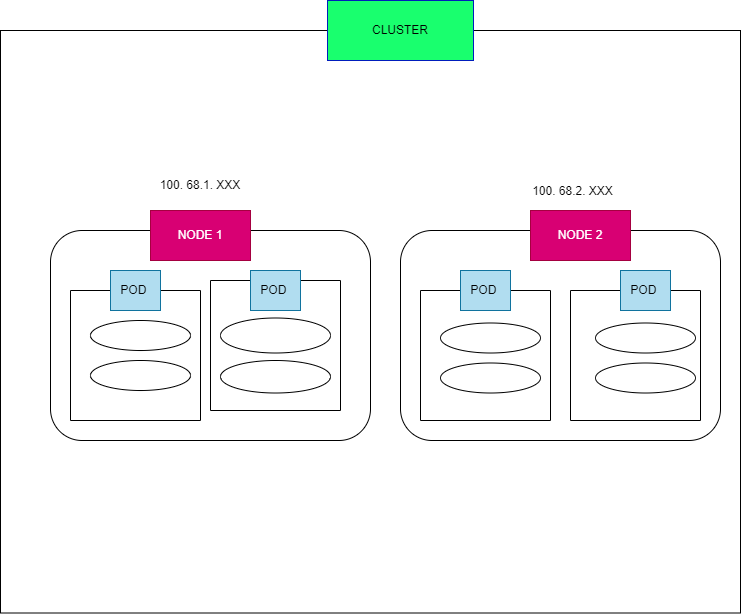
dikshita-git/RP_Study-on-Ingress-and-its-security-IPv4-IPv6- keeps this draw.io diagram as Page_images/P2p _different_node.png. Above is the earlier version. Source tidied: cells renumbered, new cells last; positions are measured from the earlier drawing's top-left corner, leaving out a move shared by most shapes.
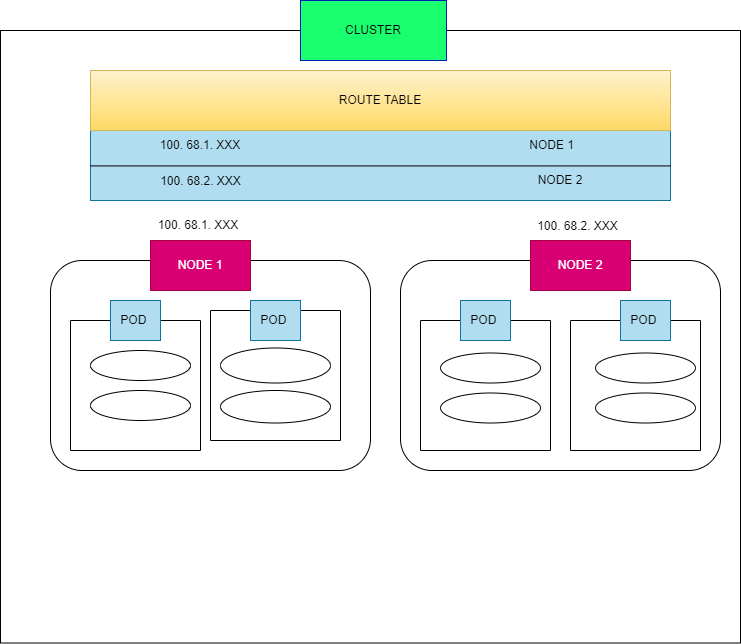
The same diagram one commit later.

Change to the diagram source:
```diff
@@ -3,10 +3,10 @@
     <mxCell id="0" />
     <mxCell id="1" parent="0" />
     <mxCell id="2" style="rounded=0;whiteSpace=wrap;html=1;" parent="1" vertex="1">
-      <mxGeometry y="30" width="740" height="582.5" as="geometry" />
+      <mxGeometry width="740" height="612.5" as="geometry" />
     </mxCell>
     <mxCell id="3" value="&lt;font color=&quot;#000000&quot;&gt;CLUSTER&lt;/font&gt;" style="text;html=1;strokeColor=#001DBC;fillColor=#19FF6E;align=center;verticalAlign=middle;whiteSpace=wrap;rounded=0;fontColor=#ffffff;" parent="1" vertex="1">
-      <mxGeometry x="327" width="146" height="60" as="geometry" />
+      <mxGeometry x="300" y="-30" width="146" height="60" as="geometry" />
     </mxCell>
     <mxCell id="4" style="rounded=1;whiteSpace=wrap;html=1;" parent="1" vertex="1">
       <mxGeometry x="50" y="230" width="320" height="210" as="geometry" />
@@ -39,7 +39,7 @@
       <mxGeometry x="220" y="360" width="110" height="32.5" as="geometry" />
     </mxCell>
     <mxCell id="14" value="100. 68.1. XXX" style="text;html=1;strokeColor=none;fillColor=none;align=center;verticalAlign=middle;whiteSpace=wrap;rounded=0;fontColor=#000000;" parent="1" vertex="1">
-      <mxGeometry x="105" y="170" width="190" height="30" as="geometry" />
+      <mxGeometry x="102.5" y="180" width="190" height="30" as="geometry" />
     </mxCell>
     <mxCell id="15" style="rounded=1;whiteSpace=wrap;html=1;" parent="1" vertex="1">
       <mxGeometry x="400" y="230" width="320" height="210" as="geometry" />
@@ -72,7 +72,37 @@
       <mxGeometry x="595" y="362.5" width="100" height="30" as="geometry" />
     </mxCell>
     <mxCell id="25" value="100. 68.2. XXX" style="text;html=1;strokeColor=none;fillColor=none;align=center;verticalAlign=middle;whiteSpace=wrap;rounded=0;fontColor=#000000;" parent="1" vertex="1">
-      <mxGeometry x="480" y="190" width="185" as="geometry" />
+      <mxGeometry x="485" y="195" width="185" as="geometry" />
     </mxCell>
+    <mxCell id="26" style="rounded=0;whiteSpace=wrap;html=1;fontFamily=Helvetica;fontSize=12;fontColor=default;strokeColor=#10739e;fillColor=#b1ddf0;" parent="1" vertex="1">
+      <mxGeometry x="90" y="100" width="580" height="70" as="geometry" />
+    </mxCell>
+    <mxCell id="27" style="endArrow=none;html=1;rounded=0;fontFamily=Helvetica;fontSize=12;fontColor=default;entryX=1;entryY=0.727;entryDx=0;entryDy=0;entryPerimeter=0;exitX=0;exitY=0.727;exitDx=0;exitDy=0;exitPerimeter=0;" parent="1" edge="1">
+      <mxGeometry relative="1" as="geometry">
+        <mxPoint x="90" y="135.4" as="sourcePoint" />
+        <mxPoint x="670" y="135.4" as="targetPoint" />
+      </mxGeometry>
+    </mxCell>
+    <mxCell id="28" style="endArrow=none;html=1;rounded=0;fontFamily=Helvetica;fontSize=12;fontColor=default;" parent="1" edge="1">
+      <mxGeometry relative="1" as="geometry">
+        <mxPoint x="90" y="100" as="sourcePoint" />
+        <mxPoint x="660" y="100" as="targetPoint" />
+      </mxGeometry>
+    </mxCell>
+    <mxCell id="29" value="ROUTE TABLE" style="rounded=0;whiteSpace=wrap;html=1;fontFamily=Helvetica;fontSize=12;strokeColor=#d6b656;fillColor=#fff2cc;gradientColor=#ffd966;" parent="1" vertex="1">
+      <mxGeometry x="90" y="40" width="580" height="60" as="geometry" />
+    </mxCell>
+    <mxCell id="30" value="100. 68.1. XXX" style="text;html=1;strokeColor=none;fillColor=none;align=center;verticalAlign=middle;whiteSpace=wrap;rounded=0;fontColor=#000000;" parent="1" vertex="1">
+      <mxGeometry x="105" y="100" width="190" height="30" as="geometry" />
+    </mxCell>
+    <mxCell id="31" value="100. 68.2. XXX" style="text;html=1;strokeColor=none;fillColor=none;align=center;verticalAlign=middle;whiteSpace=wrap;rounded=0;fontColor=#000000;" parent="1" vertex="1">
+      <mxGeometry x="107.5" y="150" width="185" as="geometry" />
+    </mxCell>
+    <mxCell id="32" value="&amp;nbsp;NODE 1" style="text;html=1;strokeColor=none;fillColor=none;align=center;verticalAlign=middle;whiteSpace=wrap;rounded=0;fontFamily=Helvetica;fontSize=12;fontColor=default;" parent="1" vertex="1">
+      <mxGeometry x="520" y="100" width="60" height="30" as="geometry" />
+    </mxCell>
+    <mxCell id="33" value="NODE 2" style="text;html=1;strokeColor=none;fillColor=none;align=center;verticalAlign=middle;whiteSpace=wrap;rounded=0;fontFamily=Helvetica;fontSize=12;fontColor=default;" parent="1" vertex="1">
+      <mxGeometry x="530" y="135" width="60" height="30" as="geometry" />
+    </mxCell>
   </root>
 </mxGraphModel>
```
